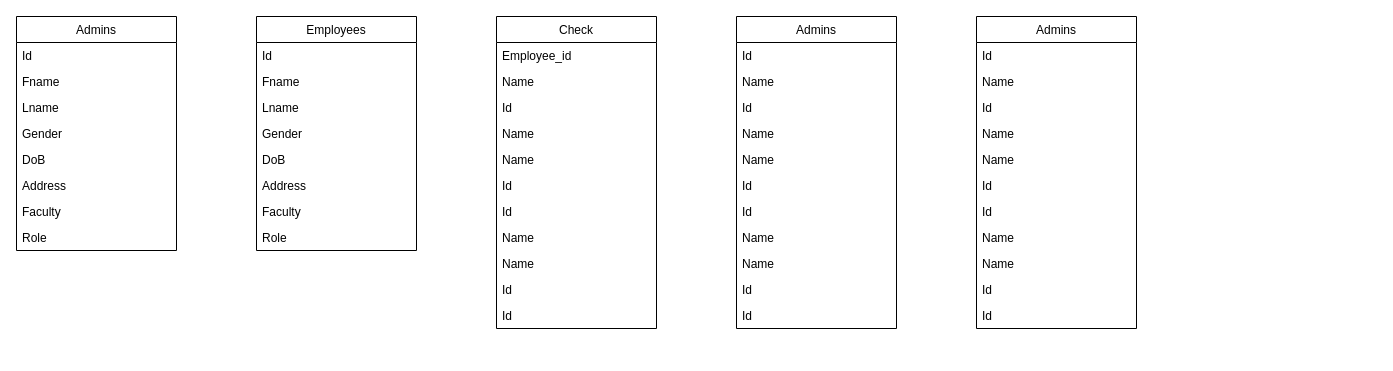
Before: documents/thiet ke database.drawio in hydra029/laravel_web, a draw.io diagram. Source tidied: cells renumbered, new cells numbered last; positions are measured from the earlier drawing's top-left corner, leaving out a move shared by most shapes. Both pictures are drawn from the tidied source at 100%, with x=0, y=0 at pixel (16, 16).
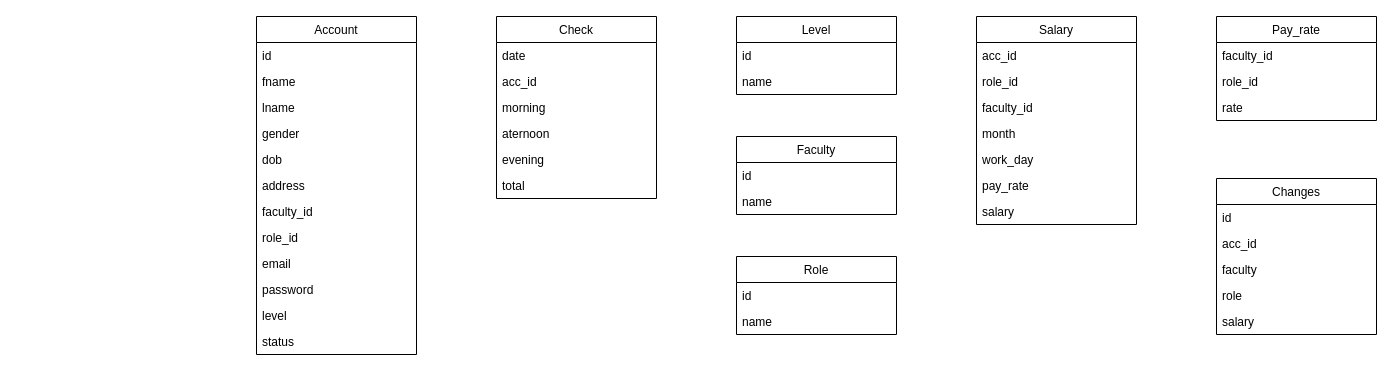
Above is the later version.

What changed in the source:
```diff
@@
-    <mxCell id="2" value="Admins" style="swimlane;fontStyle=0;horizontal=1;startSize=26;fillColor=none;" parent="1" vertex="1">
-      <mxGeometry width="160" height="234" as="geometry" />
+    <mxCell id="2" value="Account" style="swimlane;fontStyle=0;horizontal=1;startSize=26;fillColor=none;" parent="1" vertex="1">
+      <mxGeometry x="240" width="160" height="338" as="geometry" />
     </mxCell>
-    <mxCell id="3" value="Id" style="text;strokeColor=none;fillColor=none;align=left;verticalAlign=top;spacingLeft=4;spacingRight=4;overflow=hidden;" parent="2" vertex="1">
+    <mxCell id="3" value="id" style="text;strokeColor=none;fillColor=none;align=left;verticalAlign=top;spacingLeft=4;spacingRight=4;overflow=hidden;" parent="2" vertex="1">
       <mxGeometry y="26" width="160" height="26" as="geometry" />
     </mxCell>
-    <mxCell id="4" value="Fname" style="text;strokeColor=none;fillColor=none;align=left;verticalAlign=top;spacingLeft=4;spacingRight=4;overflow=hidden;" parent="2" vertex="1">
+    <mxCell id="4" value="fname" style="text;strokeColor=none;fillColor=none;align=left;verticalAlign=top;spacingLeft=4;spacingRight=4;overflow=hidden;" parent="2" vertex="1">
       <mxGeometry y="52" width="160" height="26" as="geometry" />
     </mxCell>
-    <mxCell id="5" value="Lname" style="text;strokeColor=none;fillColor=none;align=left;verticalAlign=top;spacingLeft=4;spacingRight=4;overflow=hidden;" parent="2" vertex="1">
+    <mxCell id="5" value="lname" style="text;strokeColor=none;fillColor=none;align=left;verticalAlign=top;spacingLeft=4;spacingRight=4;overflow=hidden;" parent="2" vertex="1">
       <mxGeometry y="78" width="160" height="26" as="geometry" />
     </mxCell>
-    <mxCell id="6" value="Gender" style="text;strokeColor=none;fillColor=none;align=left;verticalAlign=top;spacingLeft=4;spacingRight=4;overflow=hidden;" parent="2" vertex="1">
+    <mxCell id="6" value="gender" style="text;strokeColor=none;fillColor=none;align=left;verticalAlign=top;spacingLeft=4;spacingRight=4;overflow=hidden;" parent="2" vertex="1">
       <mxGeometry y="104" width="160" height="26" as="geometry" />
     </mxCell>
-    <mxCell id="7" value="DoB" style="text;strokeColor=none;fillColor=none;align=left;verticalAlign=top;spacingLeft=4;spacingRight=4;overflow=hidden;" parent="2" vertex="1">
+    <mxCell id="7" value="dob" style="text;strokeColor=none;fillColor=none;align=left;verticalAlign=top;spacingLeft=4;spacingRight=4;overflow=hidden;" parent="2" vertex="1">
       <mxGeometry y="130" width="160" height="26" as="geometry" />
     </mxCell>
-    <mxCell id="8" value="Address" style="text;strokeColor=none;fillColor=none;align=left;verticalAlign=top;spacingLeft=4;spacingRight=4;overflow=hidden;" parent="2" vertex="1">
+    <mxCell id="8" value="address" style="text;strokeColor=none;fillColor=none;align=left;verticalAlign=top;spacingLeft=4;spacingRight=4;overflow=hidden;" parent="2" vertex="1">
       <mxGeometry y="156" width="160" height="26" as="geometry" />
     </mxCell>
-    <mxCell id="9" value="Faculty" style="text;strokeColor=none;fillColor=none;align=left;verticalAlign=top;spacingLeft=4;spacingRight=4;overflow=hidden;" parent="2" vertex="1">
+    <mxCell id="9" value="faculty_id" style="text;strokeColor=none;fillColor=none;align=left;verticalAlign=top;spacingLeft=4;spacingRight=4;overflow=hidden;" parent="2" vertex="1">
       <mxGeometry y="182" width="160" height="26" as="geometry" />
     </mxCell>
+    <mxCell id="56" value="role_id" style="text;strokeColor=none;fillColor=none;align=left;verticalAlign=top;spacingLeft=4;spacingRight=4;overflow=hidden;" parent="2" vertex="1">
+      <mxGeometry y="208" width="160" height="26" as="geometry" />
+    </mxCell>
+    <mxCell id="57" value="email" style="text;strokeColor=none;fillColor=none;align=left;verticalAlign=top;spacingLeft=4;spacingRight=4;overflow=hidden;" parent="2" vertex="1">
+      <mxGeometry y="234" width="160" height="26" as="geometry" />
+    </mxCell>
+    <mxCell id="58" value="password" style="text;strokeColor=none;fillColor=none;align=left;verticalAlign=top;spacingLeft=4;spacingRight=4;overflow=hidden;" parent="2" vertex="1">
+      <mxGeometry y="260" width="160" height="26" as="geometry" />
+    </mxCell>
-    <mxCell id="10" value="Role" style="text;strokeColor=none;fillColor=none;align=left;verticalAlign=top;spacingLeft=4;spacingRight=4;overflow=hidden;" parent="2" vertex="1">
-      <mxGeometry y="208" width="160" height="26" as="geometry" />
+    <mxCell id="10" value="level" style="text;strokeColor=none;fillColor=none;align=left;verticalAlign=top;spacingLeft=4;spacingRight=4;overflow=hidden;" parent="2" vertex="1">
+      <mxGeometry y="286" width="160" height="26" as="geometry" />
     </mxCell>
+    <mxCell id="59" value="status" style="text;strokeColor=none;fillColor=none;align=left;verticalAlign=top;spacingLeft=4;spacingRight=4;overflow=hidden;" parent="2" vertex="1">
+      <mxGeometry y="312" width="160" height="26" as="geometry" />
+    </mxCell>
     <mxCell id="11" value="Check" style="swimlane;fontStyle=0;horizontal=1;startSize=26;fillColor=none;" parent="1" vertex="1">
-      <mxGeometry x="480" width="160" height="312" as="geometry" />
+      <mxGeometry x="480" width="160" height="182" as="geometry" />
     </mxCell>
-    <mxCell id="12" value="Employee_id" style="text;strokeColor=none;fillColor=none;align=left;verticalAlign=top;spacingLeft=4;spacingRight=4;overflow=hidden;" parent="11" vertex="1">
+    <mxCell id="12" value="date" style="text;strokeColor=none;fillColor=none;align=left;verticalAlign=top;spacingLeft=4;spacingRight=4;overflow=hidden;" parent="11" vertex="1">
       <mxGeometry y="26" width="160" height="26" as="geometry" />
     </mxCell>
-    <mxCell id="13" value="Name" style="text;strokeColor=none;fillColor=none;align=left;verticalAlign=top;spacingLeft=4;spacingRight=4;overflow=hidden;" parent="11" vertex="1">
+    <mxCell id="13" value="acc_id" style="text;strokeColor=none;fillColor=none;align=left;verticalAlign=top;spacingLeft=4;spacingRight=4;overflow=hidden;" parent="11" vertex="1">
       <mxGeometry y="52" width="160" height="26" as="geometry" />
     </mxCell>
-    <mxCell id="14" value="Id" style="text;strokeColor=none;fillColor=none;align=left;verticalAlign=top;spacingLeft=4;spacingRight=4;overflow=hidden;" parent="11" vertex="1">
-      <mxGeometry y="78" width="160" height="26" as="geometry" />
-    </mxCell>
-    <mxCell id="15" value="Name" style="text;strokeColor=none;fillColor=none;align=left;verticalAlign=top;spacingLeft=4;spacingRight=4;overflow=hidden;" parent="11" vertex="1">
-      <mxGeometry y="104" width="160" height="26" as="geometry" />
+    <mxCell id="15" value="morning" style="text;strokeColor=none;fillColor=none;align=left;verticalAlign=top;spacingLeft=4;spacingRight=4;overflow=hidden;" parent="11" vertex="1">
+      <mxGeometry y="78" width="160" height="26" as="geometry" />
     </mxCell>
-    <mxCell id="16" value="Name" style="text;strokeColor=none;fillColor=none;align=left;verticalAlign=top;spacingLeft=4;spacingRight=4;overflow=hidden;" parent="11" vertex="1">
-      <mxGeometry y="130" width="160" height="26" as="geometry" />
+    <mxCell id="16" value="aternoon" style="text;strokeColor=none;fillColor=none;align=left;verticalAlign=top;spacingLeft=4;spacingRight=4;overflow=hidden;" parent="11" vertex="1">
+      <mxGeometry y="104" width="160" height="26" as="geometry" />
     </mxCell>
+    <mxCell id="60" value="evening" style="text;strokeColor=none;fillColor=none;align=left;verticalAlign=top;spacingLeft=4;spacingRight=4;overflow=hidden;" parent="11" vertex="1">
+      <mxGeometry y="130" width="160" height="26" as="geometry" />
+    </mxCell>
-    <mxCell id="17" value="Id" style="text;strokeColor=none;fillColor=none;align=left;verticalAlign=top;spacingLeft=4;spacingRight=4;overflow=hidden;" parent="11" vertex="1">
+    <mxCell id="17" value="total" style="text;strokeColor=none;fillColor=none;align=left;verticalAlign=top;spacingLeft=4;spacingRight=4;overflow=hidden;" parent="11" vertex="1">
       <mxGeometry y="156" width="160" height="26" as="geometry" />
     </mxCell>
-    <mxCell id="18" value="Id" style="text;strokeColor=none;fillColor=none;align=left;verticalAlign=top;spacingLeft=4;spacingRight=4;overflow=hidden;" parent="11" vertex="1">
-      <mxGeometry y="182" width="160" height="26" as="geometry" />
-    </mxCell>
-    <mxCell id="19" value="Name" style="text;strokeColor=none;fillColor=none;align=left;verticalAlign=top;spacingLeft=4;spacingRight=4;overflow=hidden;" parent="11" vertex="1">
-      <mxGeometry y="208" width="160" height="26" as="geometry" />
-    </mxCell>
-    <mxCell id="20" value="Name" style="text;strokeColor=none;fillColor=none;align=left;verticalAlign=top;spacingLeft=4;spacingRight=4;overflow=hidden;" parent="11" vertex="1">
-      <mxGeometry y="234" width="160" height="26" as="geometry" />
-    </mxCell>
-    <mxCell id="21" value="Id" style="text;strokeColor=none;fillColor=none;align=left;verticalAlign=top;spacingLeft=4;spacingRight=4;overflow=hidden;" parent="11" vertex="1">
-      <mxGeometry y="260" width="160" height="26" as="geometry" />
-    </mxCell>
-    <mxCell id="22" value="Id" style="text;strokeColor=none;fillColor=none;align=left;verticalAlign=top;spacingLeft=4;spacingRight=4;overflow=hidden;" parent="11" vertex="1">
-      <mxGeometry y="286" width="160" height="26" as="geometry" />
-    </mxCell>
-    <mxCell id="23" value="Admins" style="swimlane;fontStyle=0;horizontal=1;startSize=26;fillColor=none;" parent="1" vertex="1">
-      <mxGeometry x="720" width="160" height="312" as="geometry" />
+    <mxCell id="23" value="Level" style="swimlane;fontStyle=0;horizontal=1;startSize=26;fillColor=none;" parent="1" vertex="1">
+      <mxGeometry x="720" width="160" height="78" as="geometry" />
     </mxCell>
-    <mxCell id="24" value="Id" style="text;strokeColor=none;fillColor=none;align=left;verticalAlign=top;spacingLeft=4;spacingRight=4;overflow=hidden;" parent="23" vertex="1">
+    <mxCell id="24" value="id" style="text;strokeColor=none;fillColor=none;align=left;verticalAlign=top;spacingLeft=4;spacingRight=4;overflow=hidden;" parent="23" vertex="1">
       <mxGeometry y="26" width="160" height="26" as="geometry" />
     </mxCell>
-    <mxCell id="25" value="Name" style="text;strokeColor=none;fillColor=none;align=left;verticalAlign=top;spacingLeft=4;spacingRight=4;overflow=hidden;" parent="23" vertex="1">
+    <mxCell id="25" value="name" style="text;strokeColor=none;fillColor=none;align=left;verticalAlign=top;spacingLeft=4;spacingRight=4;overflow=hidden;" parent="23" vertex="1">
       <mxGeometry y="52" width="160" height="26" as="geometry" />
     </mxCell>
-    <mxCell id="26" value="Id" style="text;strokeColor=none;fillColor=none;align=left;verticalAlign=top;spacingLeft=4;spacingRight=4;overflow=hidden;" parent="23" vertex="1">
-      <mxGeometry y="78" width="160" height="26" as="geometry" />
-    </mxCell>
-    <mxCell id="27" value="Name" style="text;strokeColor=none;fillColor=none;align=left;verticalAlign=top;spacingLeft=4;spacingRight=4;overflow=hidden;" parent="23" vertex="1">
-      <mxGeometry y="104" width="160" height="26" as="geometry" />
-    </mxCell>
-    <mxCell id="28" value="Name" style="text;strokeColor=none;fillColor=none;align=left;verticalAlign=top;spacingLeft=4;spacingRight=4;overflow=hidden;" parent="23" vertex="1">
-      <mxGeometry y="130" width="160" height="26" as="geometry" />
-    </mxCell>
-    <mxCell id="29" value="Id" style="text;strokeColor=none;fillColor=none;align=left;verticalAlign=top;spacingLeft=4;spacingRight=4;overflow=hidden;" parent="23" vertex="1">
-      <mxGeometry y="156" width="160" height="26" as="geometry" />
-    </mxCell>
-    <mxCell id="30" value="Id" style="text;strokeColor=none;fillColor=none;align=left;verticalAlign=top;spacingLeft=4;spacingRight=4;overflow=hidden;" parent="23" vertex="1">
-      <mxGeometry y="182" width="160" height="26" as="geometry" />
-    </mxCell>
-    <mxCell id="31" value="Name" style="text;strokeColor=none;fillColor=none;align=left;verticalAlign=top;spacingLeft=4;spacingRight=4;overflow=hidden;" parent="23" vertex="1">
-      <mxGeometry y="208" width="160" height="26" as="geometry" />
-    </mxCell>
-    <mxCell id="32" value="Name" style="text;strokeColor=none;fillColor=none;align=left;verticalAlign=top;spacingLeft=4;spacingRight=4;overflow=hidden;" parent="23" vertex="1">
-      <mxGeometry y="234" width="160" height="26" as="geometry" />
-    </mxCell>
-    <mxCell id="33" value="Id" style="text;strokeColor=none;fillColor=none;align=left;verticalAlign=top;spacingLeft=4;spacingRight=4;overflow=hidden;" parent="23" vertex="1">
-      <mxGeometry y="260" width="160" height="26" as="geometry" />
-    </mxCell>
-    <mxCell id="34" value="Id" style="text;strokeColor=none;fillColor=none;align=left;verticalAlign=top;spacingLeft=4;spacingRight=4;overflow=hidden;" parent="23" vertex="1">
-      <mxGeometry y="286" width="160" height="26" as="geometry" />
-    </mxCell>
-    <mxCell id="35" value="Admins" style="swimlane;fontStyle=0;horizontal=1;startSize=26;fillColor=none;" parent="1" vertex="1">
-      <mxGeometry x="960" width="160" height="312" as="geometry" />
+    <mxCell id="35" value="Salary" style="swimlane;fontStyle=0;horizontal=1;startSize=26;fillColor=none;" parent="1" vertex="1">
+      <mxGeometry x="960" width="160" height="208" as="geometry" />
     </mxCell>
-    <mxCell id="36" value="Id" style="text;strokeColor=none;fillColor=none;align=left;verticalAlign=top;spacingLeft=4;spacingRight=4;overflow=hidden;" parent="35" vertex="1">
+    <mxCell id="36" value="acc_id" style="text;strokeColor=none;fillColor=none;align=left;verticalAlign=top;spacingLeft=4;spacingRight=4;overflow=hidden;" parent="35" vertex="1">
       <mxGeometry y="26" width="160" height="26" as="geometry" />
     </mxCell>
+    <mxCell id="61" value="role_id" style="text;strokeColor=none;fillColor=none;align=left;verticalAlign=top;spacingLeft=4;spacingRight=4;overflow=hidden;" parent="35" vertex="1">
+      <mxGeometry y="52" width="160" height="26" as="geometry" />
+    </mxCell>
+    <mxCell id="62" value="faculty_id" style="text;strokeColor=none;fillColor=none;align=left;verticalAlign=top;spacingLeft=4;spacingRight=4;overflow=hidden;" parent="35" vertex="1">
+      <mxGeometry y="78" width="160" height="26" as="geometry" />
+    </mxCell>
+    <mxCell id="40" value="month" style="text;strokeColor=none;fillColor=none;align=left;verticalAlign=top;spacingLeft=4;spacingRight=4;overflow=hidden;" parent="35" vertex="1">
+      <mxGeometry y="104" width="160" height="26" as="geometry" />
+    </mxCell>
-    <mxCell id="37" value="Name" style="text;strokeColor=none;fillColor=none;align=left;verticalAlign=top;spacingLeft=4;spacingRight=4;overflow=hidden;" parent="35" vertex="1">
-      <mxGeometry y="52" width="160" height="26" as="geometry" />
+    <mxCell id="37" value="work_day" style="text;strokeColor=none;fillColor=none;align=left;verticalAlign=top;spacingLeft=4;spacingRight=4;overflow=hidden;" parent="35" vertex="1">
+      <mxGeometry y="130" width="160" height="26" as="geometry" />
     </mxCell>
-    <mxCell id="38" value="Id" style="text;strokeColor=none;fillColor=none;align=left;verticalAlign=top;spacingLeft=4;spacingRight=4;overflow=hidden;" parent="35" vertex="1">
-      <mxGeometry y="78" width="160" height="26" as="geometry" />
+    <mxCell id="38" value="pay_rate" style="text;strokeColor=none;fillColor=none;align=left;verticalAlign=top;spacingLeft=4;spacingRight=4;overflow=hidden;" parent="35" vertex="1">
+      <mxGeometry y="156" width="160" height="26" as="geometry" />
     </mxCell>
-    <mxCell id="39" value="Name" style="text;strokeColor=none;fillColor=none;align=left;verticalAlign=top;spacingLeft=4;spacingRight=4;overflow=hidden;" parent="35" vertex="1">
-      <mxGeometry y="104" width="160" height="26" as="geometry" />
+    <mxCell id="39" value="salary" style="text;strokeColor=none;fillColor=none;align=left;verticalAlign=top;spacingLeft=4;spacingRight=4;overflow=hidden;" parent="35" vertex="1">
+      <mxGeometry y="182" width="160" height="26" as="geometry" />
     </mxCell>
-    <mxCell id="40" value="Name" style="text;strokeColor=none;fillColor=none;align=left;verticalAlign=top;spacingLeft=4;spacingRight=4;overflow=hidden;" parent="35" vertex="1">
-      <mxGeometry y="130" width="160" height="26" as="geometry" />
-    </mxCell>
-    <mxCell id="41" value="Id" style="text;strokeColor=none;fillColor=none;align=left;verticalAlign=top;spacingLeft=4;spacingRight=4;overflow=hidden;" parent="35" vertex="1">
-      <mxGeometry y="156" width="160" height="26" as="geometry" />
-    </mxCell>
-    <mxCell id="42" value="Id" style="text;strokeColor=none;fillColor=none;align=left;verticalAlign=top;spacingLeft=4;spacingRight=4;overflow=hidden;" parent="35" vertex="1">
-      <mxGeometry y="182" width="160" height="26" as="geometry" />
-    </mxCell>
-    <mxCell id="43" value="Name" style="text;strokeColor=none;fillColor=none;align=left;verticalAlign=top;spacingLeft=4;spacingRight=4;overflow=hidden;" parent="35" vertex="1">
-      <mxGeometry y="208" width="160" height="26" as="geometry" />
-    </mxCell>
-    <mxCell id="44" value="Name" style="text;strokeColor=none;fillColor=none;align=left;verticalAlign=top;spacingLeft=4;spacingRight=4;overflow=hidden;" parent="35" vertex="1">
-      <mxGeometry y="234" width="160" height="26" as="geometry" />
-    </mxCell>
-    <mxCell id="45" value="Id" style="text;strokeColor=none;fillColor=none;align=left;verticalAlign=top;spacingLeft=4;spacingRight=4;overflow=hidden;" parent="35" vertex="1">
-      <mxGeometry y="260" width="160" height="26" as="geometry" />
-    </mxCell>
-    <mxCell id="46" value="Id" style="text;strokeColor=none;fillColor=none;align=left;verticalAlign=top;spacingLeft=4;spacingRight=4;overflow=hidden;" parent="35" vertex="1">
-      <mxGeometry y="286" width="160" height="26" as="geometry" />
-    </mxCell>
-    <mxCell id="47" value="Employees" style="swimlane;fontStyle=0;horizontal=1;startSize=26;fillColor=none;" parent="1" vertex="1">
-      <mxGeometry x="240" width="160" height="234" as="geometry" />
-    </mxCell>
-    <mxCell id="48" value="Id" style="text;strokeColor=none;fillColor=none;align=left;verticalAlign=top;spacingLeft=4;spacingRight=4;overflow=hidden;" parent="47" vertex="1">
-      <mxGeometry y="26" width="160" height="26" as="geometry" />
-    </mxCell>
-    <mxCell id="49" value="Fname" style="text;strokeColor=none;fillColor=none;align=left;verticalAlign=top;spacingLeft=4;spacingRight=4;overflow=hidden;" parent="47" vertex="1">
-      <mxGeometry y="52" width="160" height="26" as="geometry" />
-    </mxCell>
-    <mxCell id="50" value="Lname" style="text;strokeColor=none;fillColor=none;align=left;verticalAlign=top;spacingLeft=4;spacingRight=4;overflow=hidden;" parent="47" vertex="1">
-      <mxGeometry y="78" width="160" height="26" as="geometry" />
-    </mxCell>
-    <mxCell id="51" value="Gender" style="text;strokeColor=none;fillColor=none;align=left;verticalAlign=top;spacingLeft=4;spacingRight=4;overflow=hidden;" parent="47" vertex="1">
-      <mxGeometry y="104" width="160" height="26" as="geometry" />
-    </mxCell>
-    <mxCell id="52" value="DoB" style="text;strokeColor=none;fillColor=none;align=left;verticalAlign=top;spacingLeft=4;spacingRight=4;overflow=hidden;" parent="47" vertex="1">
-      <mxGeometry y="130" width="160" height="26" as="geometry" />
-    </mxCell>
-    <mxCell id="53" value="Address" style="text;strokeColor=none;fillColor=none;align=left;verticalAlign=top;spacingLeft=4;spacingRight=4;overflow=hidden;" parent="47" vertex="1">
-      <mxGeometry y="156" width="160" height="26" as="geometry" />
-    </mxCell>
-    <mxCell id="54" value="Faculty" style="text;strokeColor=none;fillColor=none;align=left;verticalAlign=top;spacingLeft=4;spacingRight=4;overflow=hidden;" parent="47" vertex="1">
-      <mxGeometry y="182" width="160" height="26" as="geometry" />
+    <mxCell id="54" value="Faculty" style="swimlane;fontStyle=0;horizontal=1;startSize=26;fillColor=none;" parent="1" vertex="1">
+      <mxGeometry x="720" y="120" width="160" height="78" as="geometry" />
     </mxCell>
+    <mxCell id="63" value="id" style="text;strokeColor=none;fillColor=none;align=left;verticalAlign=top;spacingLeft=4;spacingRight=4;overflow=hidden;" parent="54" vertex="1">
+      <mxGeometry y="26" width="160" height="26" as="geometry" />
+    </mxCell>
+    <mxCell id="64" value="name" style="text;strokeColor=none;fillColor=none;align=left;verticalAlign=top;spacingLeft=4;spacingRight=4;overflow=hidden;" parent="54" vertex="1">
+      <mxGeometry y="52" width="160" height="26" as="geometry" />
+    </mxCell>
-    <mxCell id="55" value="Role" style="text;strokeColor=none;fillColor=none;align=left;verticalAlign=top;spacingLeft=4;spacingRight=4;overflow=hidden;" parent="47" vertex="1">
-      <mxGeometry y="208" width="160" height="26" as="geometry" />
+    <mxCell id="55" value="Role" style="swimlane;fontStyle=0;horizontal=1;startSize=26;fillColor=none;" parent="1" vertex="1">
+      <mxGeometry x="720" y="240" width="160" height="78" as="geometry" />
     </mxCell>
+    <mxCell id="65" value="id" style="text;strokeColor=none;fillColor=none;align=left;verticalAlign=top;spacingLeft=4;spacingRight=4;overflow=hidden;" parent="55" vertex="1">
+      <mxGeometry y="26" width="160" height="26" as="geometry" />
+    </mxCell>
+    <mxCell id="66" value="name" style="text;strokeColor=none;fillColor=none;align=left;verticalAlign=top;spacingLeft=4;spacingRight=4;overflow=hidden;" parent="55" vertex="1">
+      <mxGeometry y="52" width="160" height="26" as="geometry" />
+    </mxCell>
+    <mxCell id="67" value="Pay_rate" style="swimlane;fontStyle=0;horizontal=1;startSize=26;fillColor=none;" parent="1" vertex="1">
+      <mxGeometry x="1200" width="160" height="104" as="geometry" />
+    </mxCell>
+    <mxCell id="68" value="faculty_id" style="text;strokeColor=none;fillColor=none;align=left;verticalAlign=top;spacingLeft=4;spacingRight=4;overflow=hidden;" parent="67" vertex="1">
+      <mxGeometry y="26" width="160" height="26" as="geometry" />
+    </mxCell>
+    <mxCell id="69" value="role_id" style="text;strokeColor=none;fillColor=none;align=left;verticalAlign=top;spacingLeft=4;spacingRight=4;overflow=hidden;" parent="67" vertex="1">
+      <mxGeometry y="52" width="160" height="26" as="geometry" />
+    </mxCell>
+    <mxCell id="70" value="rate" style="text;strokeColor=none;fillColor=none;align=left;verticalAlign=top;spacingLeft=4;spacingRight=4;overflow=hidden;" parent="67" vertex="1">
+      <mxGeometry y="78" width="160" height="26" as="geometry" />
+    </mxCell>
+    <mxCell id="71" value="Changes" style="swimlane;fontStyle=0;horizontal=1;startSize=26;fillColor=none;" parent="1" vertex="1">
+      <mxGeometry x="1200" y="162" width="160" height="156" as="geometry" />
+    </mxCell>
+    <mxCell id="72" value="id" style="text;strokeColor=none;fillColor=none;align=left;verticalAlign=top;spacingLeft=4;spacingRight=4;overflow=hidden;" parent="71" vertex="1">
+      <mxGeometry y="26" width="160" height="26" as="geometry" />
+    </mxCell>
+    <mxCell id="73" value="acc_id" style="text;strokeColor=none;fillColor=none;align=left;verticalAlign=top;spacingLeft=4;spacingRight=4;overflow=hidden;" parent="71" vertex="1">
+      <mxGeometry y="52" width="160" height="26" as="geometry" />
+    </mxCell>
+    <mxCell id="74" value="faculty" style="text;strokeColor=none;fillColor=none;align=left;verticalAlign=top;spacingLeft=4;spacingRight=4;overflow=hidden;" parent="71" vertex="1">
+      <mxGeometry y="78" width="160" height="26" as="geometry" />
+    </mxCell>
+    <mxCell id="75" value="role" style="text;strokeColor=none;fillColor=none;align=left;verticalAlign=top;spacingLeft=4;spacingRight=4;overflow=hidden;" parent="71" vertex="1">
+      <mxGeometry y="104" width="160" height="26" as="geometry" />
+    </mxCell>
+    <mxCell id="76" value="salary" style="text;strokeColor=none;fillColor=none;align=left;verticalAlign=top;spacingLeft=4;spacingRight=4;overflow=hidden;" parent="71" vertex="1">
+      <mxGeometry y="130" width="160" height="26" as="geometry" />
+    </mxCell>
```
